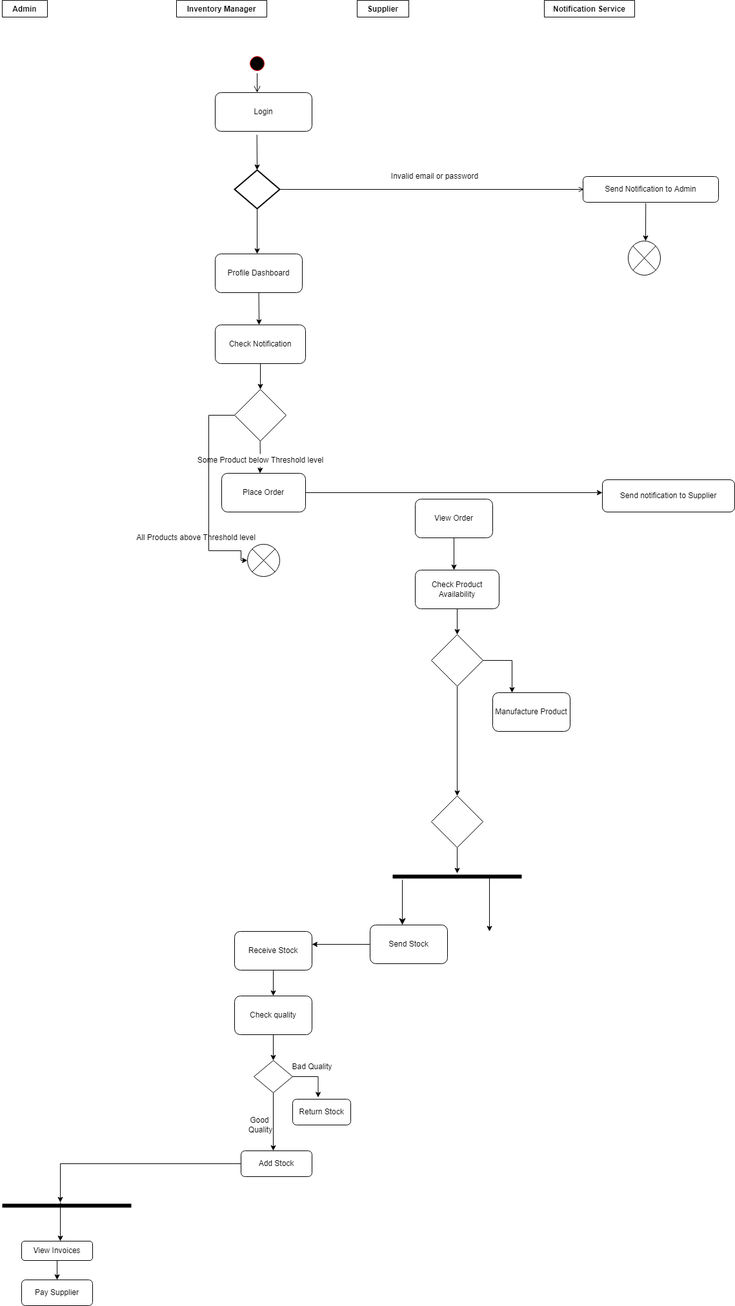
Above: Activity Diagram for Inventory Management System.drawio.png in hrk-berserker27/hrk-berserker27 (draw.io), before the change. Source tidied: cells renumbered, new cells last; positions are measured from the earlier drawing's top-left corner, leaving out a move shared by most shapes.
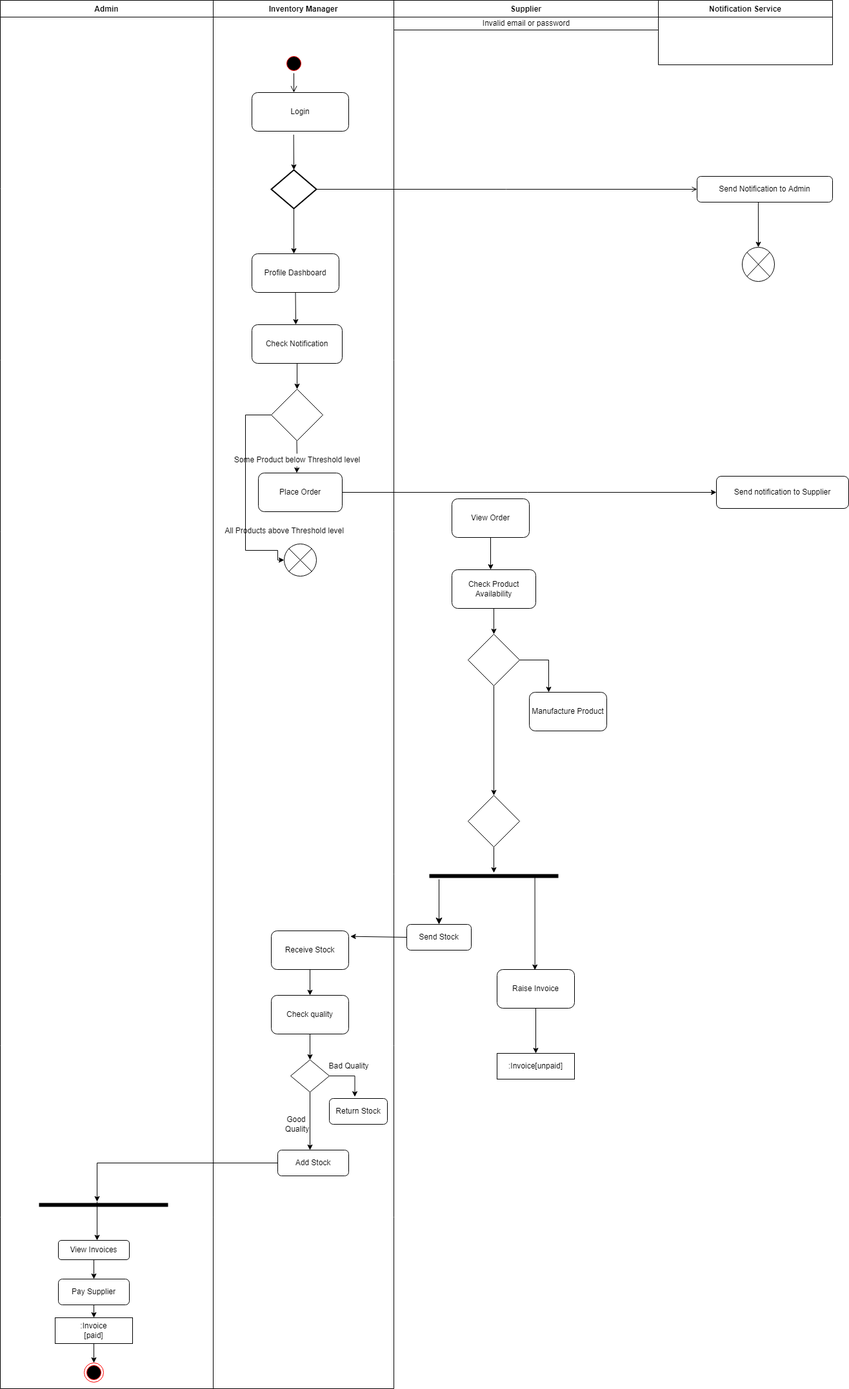
Later version of the same file.

Diff of the diagram source:
```diff
@@ -5,17 +5,20 @@
     <mxCell id="2" value="Some Product below Threshold level" style="text;html=1;align=center;verticalAlign=middle;points=[];fillColor=none;strokeColor=none;rounded=0;" parent="1" vertex="1">
       <mxGeometry x="295" y="703" width="210" height="20" as="geometry" />
     </mxCell>
-    <mxCell id="3" value="Admin" style="swimlane;fontStyle=1;horizontal=1;startSize=26;fillColor=none;" parent="1" vertex="1" collapsed="1">
-      <mxGeometry width="70" height="26" as="geometry" />
+    <mxCell id="3" value="Admin" style="swimlane;fontStyle=1;horizontal=1;startSize=26;fillColor=none;" parent="1" vertex="1">
+      <mxGeometry x="-60" width="330" height="2153" as="geometry" />
     </mxCell>
-    <mxCell id="4" value="Inventory Manager" style="swimlane;fontStyle=1;align=center;verticalAlign=top;horizontal=1;startSize=26;" parent="1" vertex="1" collapsed="1">
-      <mxGeometry x="270" width="140" height="26" as="geometry" />
+    <mxCell id="4" value="Inventory Manager" style="swimlane;fontStyle=1;align=center;verticalAlign=top;horizontal=1;startSize=26;" parent="1" vertex="1">
+      <mxGeometry x="270" width="280" height="2153" as="geometry" />
     </mxCell>
-    <mxCell id="5" value="Supplier" style="swimlane;fontStyle=1;horizontal=1;startSize=26;fillColor=none;" parent="1" vertex="1" collapsed="1">
-      <mxGeometry x="550" width="80" height="26" as="geometry" />
+    <mxCell id="5" value="Supplier" style="swimlane;fontStyle=1;horizontal=1;startSize=26;fillColor=none;" parent="1" vertex="1">
+      <mxGeometry x="550" width="410" height="46" as="geometry" />
     </mxCell>
+    <mxCell id="29" value="Invalid email or password" style="text;html=1;align=center;verticalAlign=middle;fillColor=none;strokeColor=none;rounded=0;" parent="5" vertex="1">
+      <mxGeometry y="26" width="410" height="20" as="geometry" />
+    </mxCell>
-    <mxCell id="6" value="Notification Service" style="swimlane;fontStyle=1;align=center;verticalAlign=top;horizontal=1;startSize=26;" parent="1" vertex="1" collapsed="1">
-      <mxGeometry x="840" width="140" height="26" as="geometry" />
+    <mxCell id="6" value="Notification Service" style="swimlane;fontStyle=1;align=center;verticalAlign=top;horizontal=1;startSize=26;" parent="1" vertex="1">
+      <mxGeometry x="960" width="270" height="100" as="geometry" />
     </mxCell>
     <mxCell id="7" style="html=1;verticalAlign=bottom;endArrow=open;endSize=8;strokeColor=#000000;rounded=0;" parent="1" edge="1" source="8">
       <mxGeometry relative="1" as="geometry">
@@ -74,21 +77,17 @@
     <mxCell id="21" style="verticalLabelPosition=bottom;verticalAlign=top;html=1;shape=mxgraph.flowchart.or;" parent="1" vertex="1">
       <mxGeometry x="380" y="843" width="50" height="50" as="geometry" />
     </mxCell>
-    <mxCell id="22" style="endArrow=open;html=1;rounded=0;strokeColor=#000000;exitX=1;exitY=0.5;exitDx=0;exitDy=0;exitPerimeter=0;endFill=0;" parent="1" edge="1" source="11">
-      <mxGeometry relative="1" as="geometry">
-        <mxPoint x="901.3" y="293" as="targetPoint" />
-      </mxGeometry>
+    <mxCell id="22" style="endArrow=open;html=1;rounded=0;strokeColor=#000000;exitX=1;exitY=0.5;exitDx=0;exitDy=0;exitPerimeter=0;endFill=0;entryX=0;entryY=0.5;entryDx=0;entryDy=0;" parent="1" edge="1" source="11" target="23">
+      <mxGeometry relative="1" as="geometry" />
     </mxCell>
     <mxCell id="23" value="Send Notification to Admin" style="rounded=1;whiteSpace=wrap;html=1;" parent="1" vertex="1">
-      <mxGeometry x="900" y="273" width="210" height="40" as="geometry" />
+      <mxGeometry x="1020" y="273" width="210" height="40" as="geometry" />
     </mxCell>
-    <mxCell id="24" style="endArrow=classic;html=1;rounded=0;strokeColor=#000000;exitX=0.463;exitY=1.032;exitDx=0;exitDy=0;exitPerimeter=0;" parent="1" edge="1" source="23">
-      <mxGeometry relative="1" as="geometry">
-        <mxPoint x="997" y="373" as="targetPoint" />
-      </mxGeometry>
+    <mxCell id="24" style="endArrow=classic;html=1;rounded=0;strokeColor=#000000;entryX=0.5;entryY=0;entryDx=0;entryDy=0;entryPerimeter=0;exitX=0.452;exitY=1;exitDx=0;exitDy=0;exitPerimeter=0;" parent="1" edge="1" source="23" target="25">
+      <mxGeometry relative="1" as="geometry" />
     </mxCell>
     <mxCell id="25" style="verticalLabelPosition=bottom;verticalAlign=top;html=1;shape=mxgraph.flowchart.or;" parent="1" vertex="1">
-      <mxGeometry x="970" y="373" width="50" height="53" as="geometry" />
+      <mxGeometry x="1090" y="383" width="50" height="53" as="geometry" />
     </mxCell>
     <mxCell id="26" style="endArrow=none;html=1;rounded=0;strokeColor=#000000;" parent="1" edge="1" target="2">
       <mxGeometry relative="1" as="geometry">
@@ -106,18 +105,13 @@
       </mxGeometry>
     </mxCell>
     <mxCell id="28" value="All Products above Threshold level" style="text;html=1;align=center;verticalAlign=middle;fillColor=none;strokeColor=none;rounded=0;" parent="1" vertex="1">
-      <mxGeometry x="200" y="823" width="200" height="20" as="geometry" />
+      <mxGeometry x="280" y="813" width="200" height="20" as="geometry" />
     </mxCell>
-    <mxCell id="29" value="Invalid email or password" style="text;html=1;align=center;verticalAlign=middle;fillColor=none;strokeColor=none;rounded=0;" parent="1" vertex="1">
-      <mxGeometry x="595" y="263" width="150" height="20" as="geometry" />
-    </mxCell>
-    <mxCell id="30" style="endArrow=classic;html=1;rounded=0;strokeColor=#000000;exitX=1;exitY=0.5;exitDx=0;exitDy=0;" parent="1" edge="1" source="20">
-      <mxGeometry relative="1" as="geometry">
-        <mxPoint x="930" y="763" as="targetPoint" />
-      </mxGeometry>
+    <mxCell id="30" style="endArrow=classic;html=1;rounded=0;strokeColor=#000000;exitX=1;exitY=0.5;exitDx=0;exitDy=0;entryX=0;entryY=0.5;entryDx=0;entryDy=0;" parent="1" edge="1" source="20" target="31">
+      <mxGeometry relative="1" as="geometry" />
     </mxCell>
     <mxCell id="31" value="Send notification to Supplier" style="rounded=1;whiteSpace=wrap;html=1;" parent="1" vertex="1">
-      <mxGeometry x="930" y="743" width="205" height="50" as="geometry" />
+      <mxGeometry x="1050" y="738" width="205" height="50" as="geometry" />
     </mxCell>
     <mxCell id="32" value="View Order" style="rounded=1;whiteSpace=wrap;html=1;" parent="1" vertex="1">
       <mxGeometry x="640" y="773" width="120" height="60" as="geometry" />
@@ -166,17 +160,17 @@
     <mxCell id="43" style="endArrow=classic;html=1;rounded=0;strokeColor=#000000;exitX=0.5;exitY=1;exitDx=0;exitDy=0;" parent="1" edge="1" source="40" target="41">
       <mxGeometry relative="1" as="geometry" />
     </mxCell>
-    <mxCell id="44" style="endArrow=classic;html=1;rounded=0;strokeColor=#000000;exitX=0.75;exitY=0.5;exitDx=0;exitDy=0;exitPerimeter=0;" parent="1" edge="1" source="41">
+    <mxCell id="44" style="endArrow=classic;html=1;rounded=0;strokeColor=#000000;exitX=0.818;exitY=0.667;exitDx=0;exitDy=0;exitPerimeter=0;entryX=0.387;entryY=0.033;entryDx=0;entryDy=0;entryPerimeter=0;" parent="1" edge="1" source="41">
       <mxGeometry relative="1" as="geometry">
-        <mxPoint x="755" y="1443" as="targetPoint" />
+        <mxPoint x="768.7" y="1503.7" as="targetPoint" />
       </mxGeometry>
     </mxCell>
     <mxCell id="45" value="Send Stock" style="rounded=1;whiteSpace=wrap;html=1;strokeColor=#000000;" parent="1" vertex="1">
-      <mxGeometry x="570" y="1433" width="120" height="60" as="geometry" />
+      <mxGeometry x="570" y="1433" width="100" height="40" as="geometry" />
     </mxCell>
-    <mxCell id="46" style="endArrow=classic;html=1;rounded=0;strokeColor=#000000;exitX=0;exitY=0.5;exitDx=0;exitDy=0;" parent="1" edge="1" source="45">
+    <mxCell id="46" style="endArrow=classic;html=1;rounded=0;strokeColor=#000000;entryX=1.022;entryY=0.144;entryDx=0;entryDy=0;entryPerimeter=0;" parent="1" edge="1" target="47">
       <mxGeometry relative="1" as="geometry">
-        <mxPoint x="480" y="1463" as="targetPoint" />
+        <mxPoint x="570" y="1453" as="sourcePoint" />
       </mxGeometry>
     </mxCell>
     <mxCell id="47" value="Receive Stock" style="rounded=1;whiteSpace=wrap;html=1;strokeColor=#000000;" parent="1" vertex="1">
@@ -242,5 +236,30 @@
     <mxCell id="63" value="Pay Supplier" style="rounded=1;whiteSpace=wrap;html=1;strokeColor=#000000;" parent="1" vertex="1">
       <mxGeometry x="30" y="1983" width="110" height="40" as="geometry" />
     </mxCell>
+    <mxCell id="64" value=":Invoice&lt;br&gt;[paid]" style="rounded=0;whiteSpace=wrap;html=1;strokeColor=#000000;" parent="1" vertex="1">
+      <mxGeometry x="25" y="2043" width="120" height="40" as="geometry" />
+    </mxCell>
+    <mxCell id="65" style="endArrow=classic;html=1;rounded=0;strokeColor=#000000;exitX=0.5;exitY=1;exitDx=0;exitDy=0;entryX=0.5;entryY=0;entryDx=0;entryDy=0;" parent="1" edge="1" source="63" target="64">
+      <mxGeometry relative="1" as="geometry" />
+    </mxCell>
+    <mxCell id="66" style="endArrow=classic;html=1;rounded=0;strokeColor=#000000;exitX=0.5;exitY=1;exitDx=0;exitDy=0;" parent="1" edge="1" source="64">
+      <mxGeometry relative="1" as="geometry">
+        <mxPoint x="85" y="2113" as="targetPoint" />
+      </mxGeometry>
+    </mxCell>
+    <mxCell id="67" style="ellipse;html=1;shape=endState;fillColor=#000000;strokeColor=#ff0000;" parent="1" vertex="1">
+      <mxGeometry x="70" y="2113" width="30" height="30" as="geometry" />
+    </mxCell>
+    <mxCell id="68" value="Raise Invoice" style="rounded=1;whiteSpace=wrap;html=1;strokeColor=#000000;" parent="1" vertex="1">
+      <mxGeometry x="710" y="1503" width="120" height="60" as="geometry" />
+    </mxCell>
+    <mxCell id="69" style="endArrow=classic;html=1;rounded=0;strokeColor=#000000;exitX=0.5;exitY=1;exitDx=0;exitDy=0;" parent="1" edge="1" source="68">
+      <mxGeometry relative="1" as="geometry">
+        <mxPoint x="770" y="1633" as="targetPoint" />
+      </mxGeometry>
+    </mxCell>
+    <mxCell id="70" value=":Invoice[unpaid]" style="rounded=0;whiteSpace=wrap;html=1;strokeColor=#000000;" parent="1" vertex="1">
+      <mxGeometry x="710" y="1633" width="120" height="40" as="geometry" />
+    </mxCell>
   </root>
 </mxGraphModel>
```
